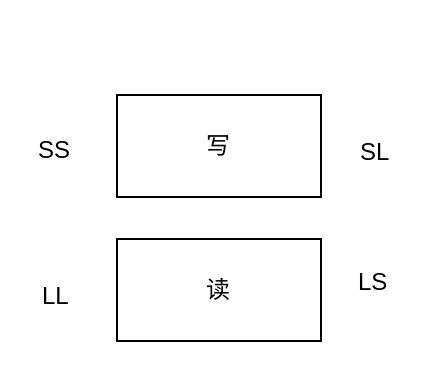
Above: jvm.drawio in MihirrajDixit/drawio (draw.io), before the change. Source tidied: cells renumbered, new cells numbered last; positions are measured from the earlier drawing's top-left corner, leaving out a move shared by most shapes. Both pictures are drawn from the tidied source at 200%, with x=0, y=0 at pixel (34, 94).
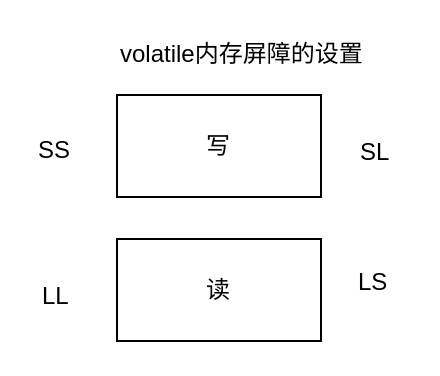
The same page after the edit.

Diff of the diagram source:
```diff
@@
 <mxGraphModel>
   <root>
     <mxCell id="0" />
     <mxCell id="1" parent="0" />
     <mxCell id="2" value="写" style="rounded=0;whiteSpace=wrap;html=1;" parent="1" vertex="1">
       <mxGeometry x="41" width="102" height="51" as="geometry" />
     </mxCell>
     <mxCell id="3" value="读" style="rounded=0;whiteSpace=wrap;html=1;" parent="1" vertex="1">
       <mxGeometry x="41" y="72" width="102" height="51" as="geometry" />
     </mxCell>
     <mxCell id="4" value="SS" style="text;html=1;align=left;verticalAlign=top;spacingTop=-4;" parent="1" vertex="1">
       <mxGeometry y="18" width="26" height="14" as="geometry" />
     </mxCell>
     <mxCell id="5" value="SL" style="text;html=1;align=left;verticalAlign=top;spacingTop=-4;" parent="1" vertex="1">
       <mxGeometry x="161" y="18.5" width="25" height="14" as="geometry" />
     </mxCell>
     <mxCell id="6" value="LL" style="text;html=1;align=left;verticalAlign=top;spacingTop=-4;" parent="1" vertex="1">
       <mxGeometry x="1.5" y="90.5" width="23" height="14" as="geometry" />
     </mxCell>
     <mxCell id="7" value="LS" style="text;html=1;align=left;verticalAlign=top;spacingTop=-4;" parent="1" vertex="1">
       <mxGeometry x="159.5" y="83.5" width="25" height="14" as="geometry" />
     </mxCell>
+    <mxCell id="8" value="volatile内存屏障的设置" style="text;html=1;align=left;verticalAlign=top;spacingTop=-4;" parent="1" vertex="1">
+      <mxGeometry x="41" y="-30" width="131" height="14" as="geometry" />
+    </mxCell>
   </root>
 </mxGraphModel>
```
